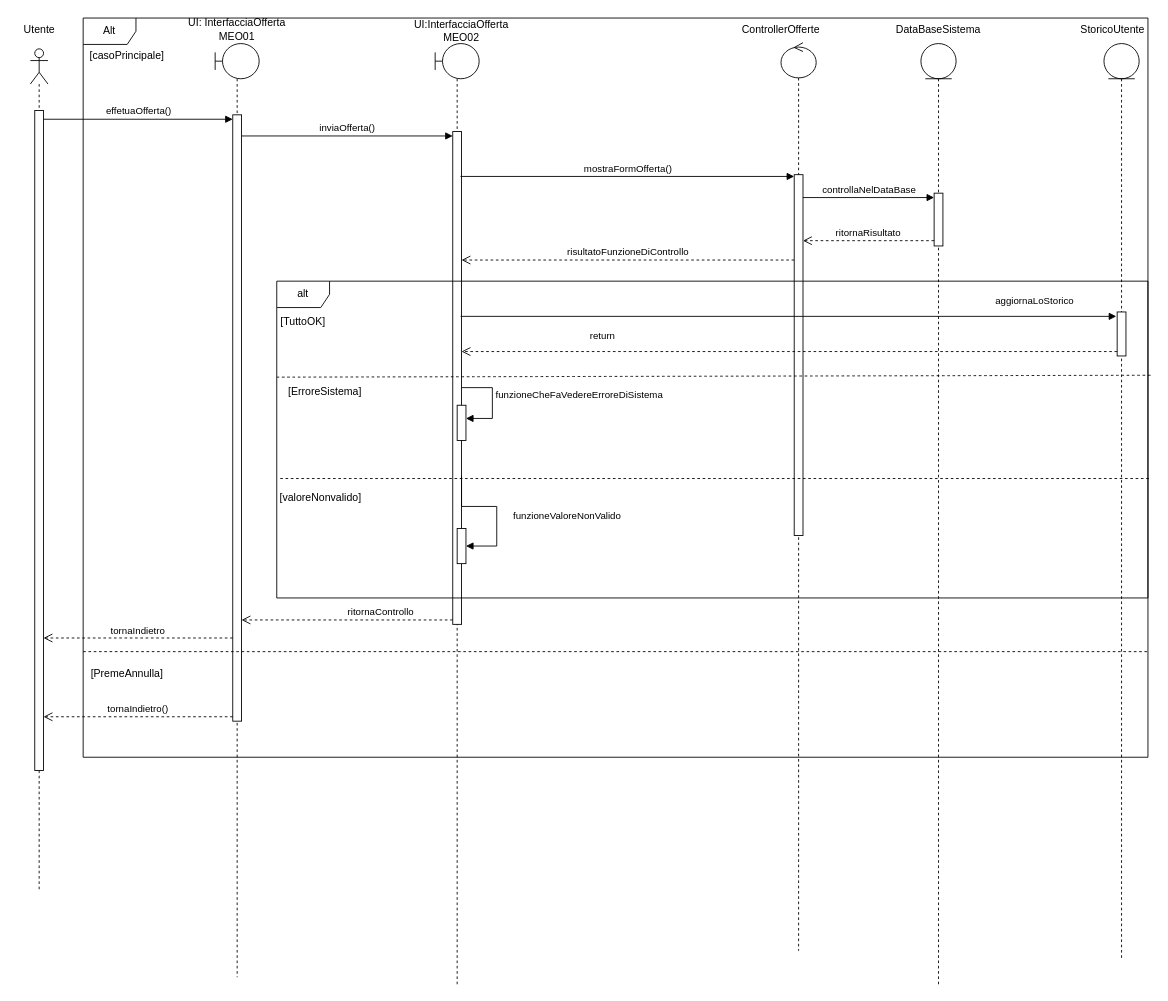
This is SeqDiagram1.drawio from Frereri/ProgettoINGSW, a draw.io file, before an edit. Source tidied: cells renumbered, new cells numbered last; positions are measured from the earlier drawing's top-left corner, leaving out a move shared by most shapes. Both pictures are drawn from the tidied source at 88%, with x=0, y=0 at pixel (14, 15).
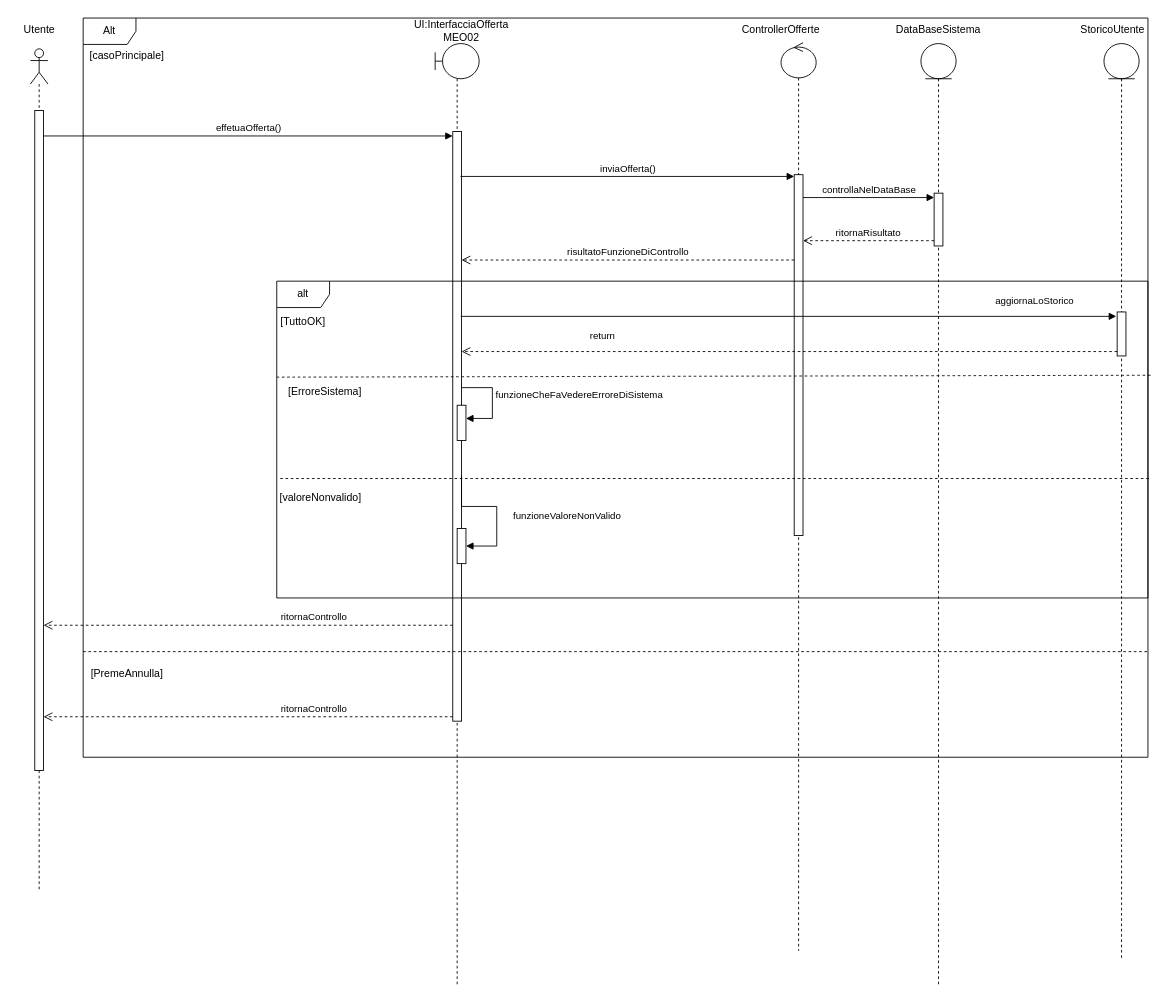
Above is the later version.

Unchanged cells that the change refers to:
```xml
<mxCell id="3" style="html=1;points=[[0,0,0,0,5],[0,1,0,0,-5],[1,0,0,0,5],[1,1,0,0,-5]];perimeter=orthogonalPerimeter;outlineConnect=0;targetShapes=umlLifeline;portConstraint=eastwest;newEdgeStyle={&quot;curved&quot;:0,&quot;rounded&quot;:0};" parent="2" vertex="1">
  <mxGeometry x="5" y="70" width="10" height="750" as="geometry" />
</mxCell>
<mxCell id="4" style="shape=umlLifeline;perimeter=lifelinePerimeter;whiteSpace=wrap;html=1;newEdgeStyle={&quot;curved&quot;:0,&quot;rounded&quot;:0};participant=umlBoundary;" parent="1" vertex="1">
  <mxGeometry x="478" y="32" width="50" height="1071" as="geometry" />
</mxCell>
<mxCell id="9" style="html=1;points=[[0,0,0,0,5],[0,1,0,0,-5],[1,0,0,0,5],[1,1,0,0,-5]];perimeter=orthogonalPerimeter;outlineConnect=0;targetShapes=umlLifeline;portConstraint=eastwest;newEdgeStyle={&quot;curved&quot;:0,&quot;rounded&quot;:0};" parent="8" vertex="1">
  <mxGeometry x="15" y="150" width="10" height="410" as="geometry" />
</mxCell>
```

What changed in the source:
```diff
@@
     <mxCell id="5" style="html=1;points=[[0,0,0,0,5],[0,1,0,0,-5],[1,0,0,0,5],[1,1,0,0,-5]];perimeter=orthogonalPerimeter;outlineConnect=0;targetShapes=umlLifeline;portConstraint=eastwest;newEdgeStyle={&quot;curved&quot;:0,&quot;rounded&quot;:0};" parent="4" vertex="1">
-      <mxGeometry x="20" y="100" width="10" height="560" as="geometry" />
+      <mxGeometry x="20" y="100" width="10" height="670" as="geometry" />
     </mxCell>
@@
-    <mxCell id="10" value="UI: InterfacciaOfferta MEO01" style="text;html=1;whiteSpace=wrap;strokeColor=none;fillColor=none;align=center;verticalAlign=middle;rounded=0;" parent="1" vertex="1">
-      <mxGeometry x="183" y="1" width="140" height="30" as="geometry" />
-    </mxCell>
-    <mxCell id="11" value="mostraFormOfferta()" style="html=1;verticalAlign=bottom;endArrow=block;curved=0;rounded=0;" parent="1" edge="1" target="9">
+    <mxCell id="11" value="inviaOfferta()" style="html=1;verticalAlign=bottom;endArrow=block;curved=0;rounded=0;" parent="1" edge="1" target="9">
       <mxGeometry relative="1" as="geometry">
         <mxPoint x="506.8" y="183" as="sourcePoint" />
       </mxGeometry>
     </mxCell>
@@
-    <mxCell id="34" style="shape=umlLifeline;perimeter=lifelinePerimeter;whiteSpace=wrap;html=1;newEdgeStyle={&quot;curved&quot;:0,&quot;rounded&quot;:0};participant=umlBoundary;" parent="1" vertex="1">
-      <mxGeometry x="228" y="32" width="50" height="1061" as="geometry" />
-    </mxCell>
-    <mxCell id="35" style="html=1;points=[[0,0,0,0,5],[0,1,0,0,-5],[1,0,0,0,5],[1,1,0,0,-5]];perimeter=orthogonalPerimeter;outlineConnect=0;targetShapes=umlLifeline;portConstraint=eastwest;newEdgeStyle={&quot;curved&quot;:0,&quot;rounded&quot;:0};" parent="34" vertex="1">
-      <mxGeometry x="20" y="81" width="10" height="689" as="geometry" />
-    </mxCell>
@@
-    <mxCell id="37" value="&lt;span style=&quot;color: light-dark(rgb(0, 0, 0), rgb(255, 255, 255));&quot;&gt;effetuaOfferta()&lt;/span&gt;" style="html=1;verticalAlign=bottom;endArrow=block;curved=0;rounded=0;entryX=0;entryY=0;entryDx=0;entryDy=5;entryPerimeter=0;" parent="1" edge="1" source="3" target="35">
-      <mxGeometry relative="1" as="geometry" />
-    </mxCell>
@@
-    <mxCell id="39" value="tornaIndietro()" style="html=1;verticalAlign=bottom;endArrow=open;dashed=1;endSize=8;curved=0;rounded=0;exitX=0;exitY=1;exitDx=0;exitDy=-5;exitPerimeter=0;" parent="1" edge="1" source="35" target="3">
-      <mxGeometry relative="1" as="geometry" />
-    </mxCell>
@@
-    <mxCell id="42" value="ritornaControllo" style="html=1;verticalAlign=bottom;endArrow=open;dashed=1;endSize=8;curved=0;rounded=0;exitX=0;exitY=1;exitDx=0;exitDy=-5;exitPerimeter=0;" parent="1" edge="1" source="5" target="35">
+    <mxCell id="42" value="ritornaControllo" style="html=1;verticalAlign=bottom;endArrow=open;dashed=1;endSize=8;curved=0;rounded=0;exitX=0;exitY=1;exitDx=0;exitDy=-5;exitPerimeter=0;" parent="1" edge="1" source="5" target="3">
       <mxGeometry x="-0.32" relative="1" as="geometry" />
     </mxCell>
@@
-    <mxCell id="44" value="tornaIndietro" style="html=1;verticalAlign=bottom;endArrow=open;dashed=1;endSize=8;curved=0;rounded=0;" parent="1" edge="1">
-      <mxGeometry relative="1" as="geometry">
-        <mxPoint x="248" y="707.5" as="sourcePoint" />
-        <mxPoint x="33" y="707.5" as="targetPoint" />
-      </mxGeometry>
-    </mxCell>
-    <mxCell id="45" value="inviaOfferta()" style="html=1;verticalAlign=bottom;endArrow=block;curved=0;rounded=0;entryX=0;entryY=0;entryDx=0;entryDy=5;entryPerimeter=0;" parent="1" edge="1" source="35" target="5">
+    <mxCell id="45" value="effetuaOfferta()" style="html=1;verticalAlign=bottom;endArrow=block;curved=0;rounded=0;entryX=0;entryY=0;entryDx=0;entryDy=5;entryPerimeter=0;" parent="1" edge="1" source="3" target="5">
       <mxGeometry relative="1" as="geometry" />
     </mxCell>
+    <mxCell id="46" value="ritornaControllo" style="html=1;verticalAlign=bottom;endArrow=open;dashed=1;endSize=8;curved=0;rounded=0;" parent="1" edge="1">
+      <mxGeometry x="-0.32" relative="1" as="geometry">
+        <mxPoint x="498" y="693" as="sourcePoint" />
+        <mxPoint x="33" y="693" as="targetPoint" />
+      </mxGeometry>
+    </mxCell>
```
